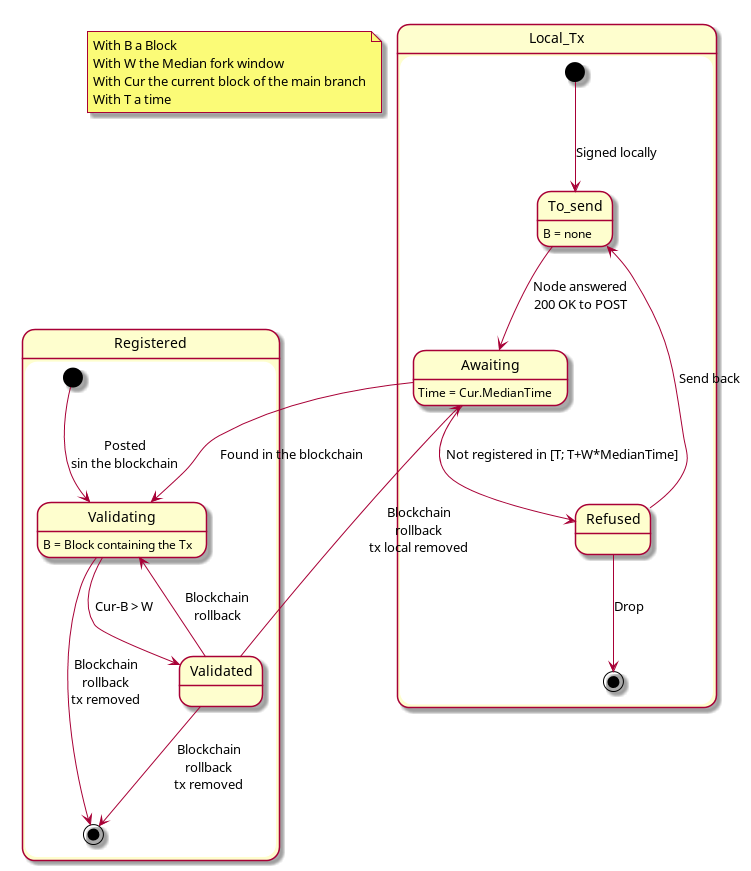
This is doc/uml/tx_lifecycle.png from duniter/sakia, a PlantUML export, as it was before one commit.
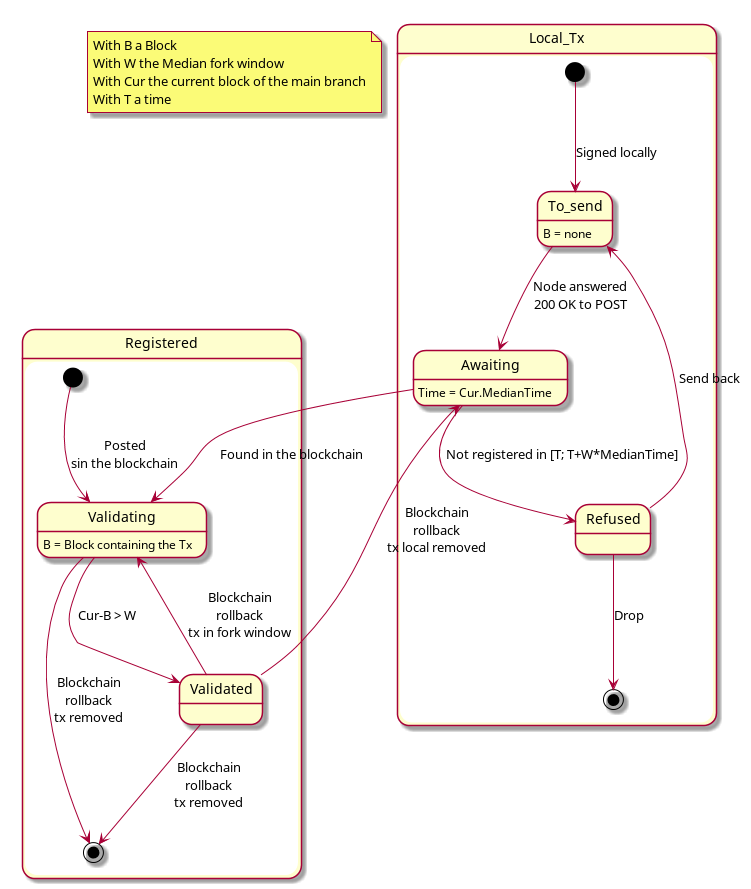
Above is the later version.

The edit, as a diff of the source:
```diff
@@ -15,7 +15,7 @@
  Validating : B = Block containing the Tx
  Awaiting --> Validating : Found in the blockchain
  Validating --> Validated : Cur-B > W
- Validated --> Validating : Blockchain\nrollback
+ Validated --> Validating : Blockchain\nrollback\ntx in fork window
  Validated --> Awaiting : Blockchain\nrollback\ntx local removed
  Validated --> [*] : Blockchain\nrollback\ntx removed
  Validating --> [*] : Blockchain\nrollback\ntx removed
```
